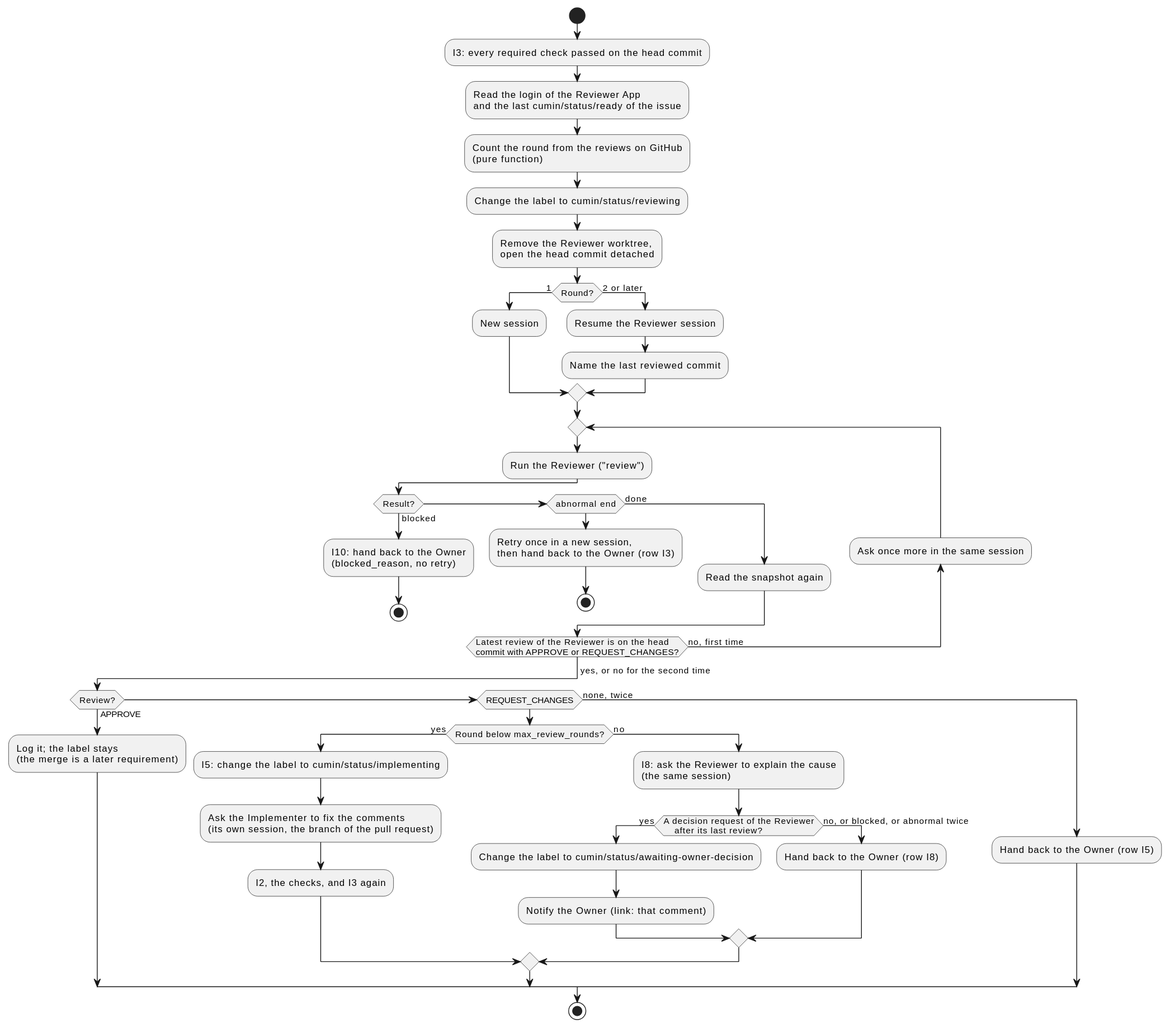
The PlantUML diagram docs/ja/designs/poll-review.svg in cloveclovedev/cumin-works, before a commit. Source of this version:
```plantuml
@startuml
skinparam shadowing false
skinparam defaultFontName sans-serif

start
:I3: every required check passed on the head commit;
:Read the login of the Reviewer App
and the last cumin/status/ready of the issue;
:Count the round from the reviews on GitHub
(pure function);
:Change the label to cumin/status/reviewing;
:Remove the Reviewer worktree,
open the head commit detached;
if (Round?) then (1)
  :New session;
else (2 or later)
  :Resume the Reviewer session;
  :Name the last reviewed commit;
endif
repeat
  :Run the Reviewer ("review");
  if (Result?) then (blocked)
    :I10: hand back to the Owner
    (blocked_reason, no retry);
    stop
  elseif (abnormal end) then
    :Retry once in a new session,
    then hand back to the Owner (row I3);
    stop
  else (done)
    :Read the snapshot again;
  endif
  backward:Ask once more in the same session;
repeat while (Latest review of the Reviewer is on the head
commit with APPROVE or REQUEST_CHANGES?) is (no, first time)
->yes, or no for the second time;
if (Review?) then (APPROVE)
  :Log it; the label stays
  (the merge is a later requirement);
elseif (REQUEST_CHANGES) then
  if (Round below max_review_rounds?) then (yes)
    :I5: change the label to cumin/status/implementing;
    :Ask the Implementer to fix the comments
    (its own session, the branch of the pull request);
    :I2, the checks, and I3 again;
  else (no)
    :I8: ask the Reviewer to explain the cause
    (the same session);
    if (A decision request of the Reviewer
    after its last review?) then (yes)
      :Change the label to cumin/status/awaiting-owner-decision;
      :Notify the Owner (link: that comment);
    else (no, or blocked, or abnormal twice)
      :Hand back to the Owner (row I8);
    endif
  endif
else (none, twice)
  :Hand back to the Owner (row I5);
endif
stop
@enduml
```
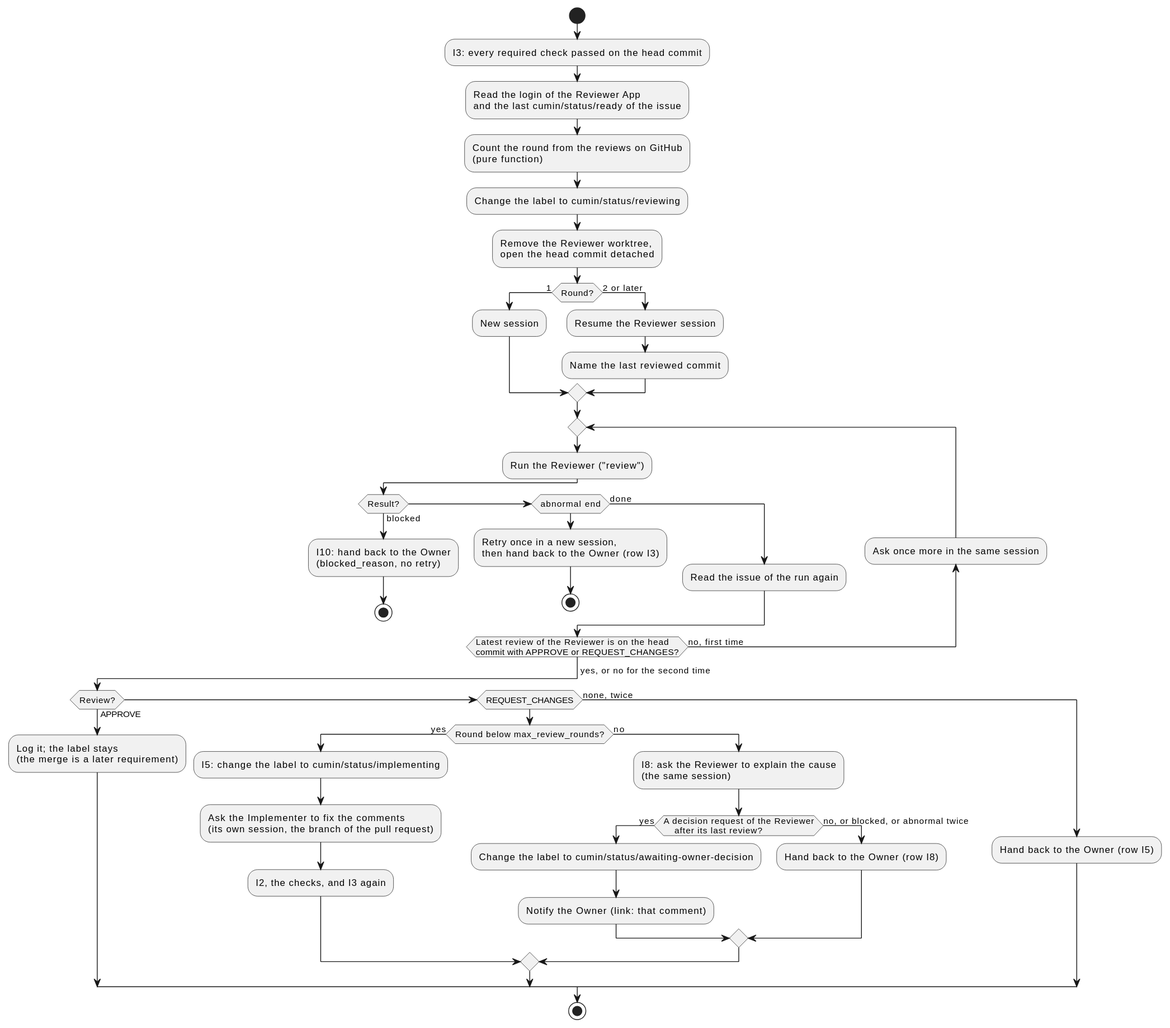
Later version of the same file.

Diff of the diagram source:
```diff
@@ -28,7 +28,7 @@
     then hand back to the Owner (row I3);
     stop
   else (done)
-    :Read the snapshot again;
+    :Read the issue of the run again;
   endif
   backward:Ask once more in the same session;
 repeat while (Latest review of the Reviewer is on the head
```
